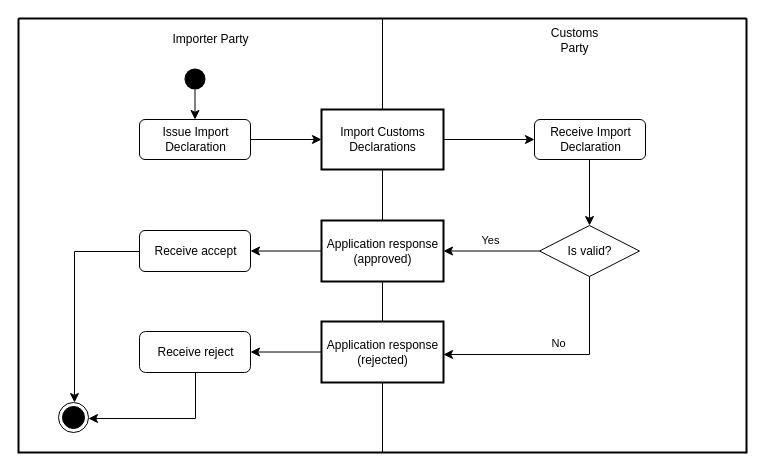
This is diagrams/UBL-2.3-ImportDeclarationProcess/UBL-2.3-ImportDeclarationProcess.drawio from kduvekot/ubl-work-on-svg-images, a draw.io file, before an edit. Source tidied: cells renumbered, new cells numbered last; positions are measured from the earlier drawing's top-left corner, leaving out a move shared by most shapes. Both pictures are drawn from the tidied source at 100%, with x=0, y=0 at pixel (18, 18).
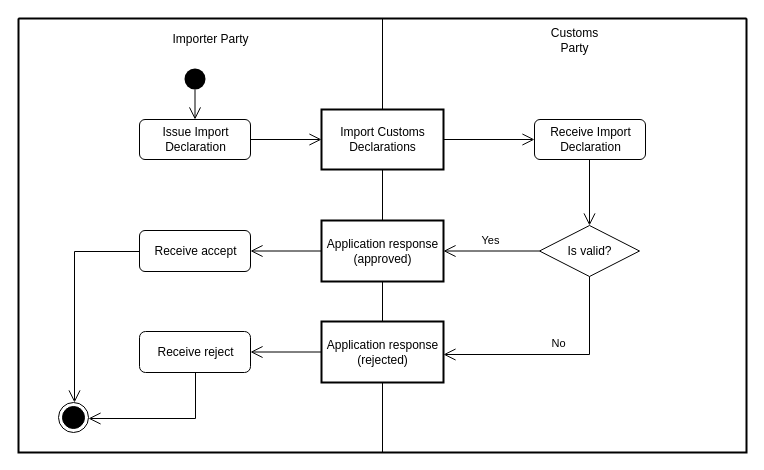
Above is the later version.

Unchanged cells that the change refers to:
```xml
<mxCell id="2" style="swimlane;html=1;startSize=0;whiteSpace=wrap;fillColor=none;strokeWidth=2;" parent="1" vertex="1">
  <mxGeometry width="728" height="434" as="geometry" />
</mxCell>
<mxCell id="3" value="Importer Party" style="swimlane;horizontal=1;startSize=41;swimlaneLine=0;html=1;fillColor=none;fontStyle=0;spacing=0;spacingLeft=20;" parent="2" vertex="1">
  <mxGeometry width="364" height="434" as="geometry" />
</mxCell>
<mxCell id="4" value="Customs&lt;br&gt;Party" style="swimlane;horizontal=1;startSize=43;swimlaneLine=0;html=1;fillColor=none;fontStyle=0;spacing=0;spacingLeft=20;" parent="2" vertex="1">
  <mxGeometry x="364" width="364" height="434" as="geometry" />
</mxCell>
<mxCell id="5" style="ellipse;shape=startState;fillColor=#000000;strokeColor=none;html=1;" parent="3" vertex="1">
  <mxGeometry x="162" y="46" width="29" height="29" as="geometry" />
</mxCell>
<mxCell id="6" value="Import Customs&lt;br&gt;Declarations" style="rounded=0;html=1;whiteSpace=nowrap;fontStyle=0;align=center;verticalAlign=middle;spacing=0;spacingRight=1;strokeWidth=2;" parent="4" vertex="1">
  <mxGeometry x="-61" y="91" width="122" height="60" as="geometry" />
</mxCell>
<mxCell id="7" value="Issue Import&lt;br&gt;Declaration" style="rounded=1;absoluteArcSize=1;arcSize=11;html=1;whiteSpace=nowrap;fontStyle=0;align=center;verticalAlign=middle;spacing=0;" parent="3" vertex="1">
  <mxGeometry x="121" y="101" width="111" height="40" as="geometry" />
</mxCell>
<mxCell id="8" value="Receive Import&lt;br&gt;Declaration" style="rounded=1;absoluteArcSize=1;arcSize=11;html=1;whiteSpace=nowrap;fontStyle=0;align=center;verticalAlign=middle;spacing=0;" parent="4" vertex="1">
  <mxGeometry x="152" y="101" width="111" height="40" as="geometry" />
</mxCell>
<mxCell id="9" value="Application response&lt;br&gt;(approved)" style="rounded=0;html=1;whiteSpace=nowrap;fontStyle=0;align=center;verticalAlign=middle;spacing=0;spacingRight=1;strokeWidth=2;" parent="4" vertex="1">
  <mxGeometry x="-61" y="202" width="122" height="61" as="geometry" />
</mxCell>
<mxCell id="10" value="Is valid?" style="rhombus;html=1;whiteSpace=nowrap;fontStyle=0;align=center;verticalAlign=middle;spacing=0;spacingRight=1;spacingTop=1;" parent="4" vertex="1">
  <mxGeometry x="157" y="207" width="100" height="51" as="geometry" />
</mxCell>
<mxCell id="11" value="Receive accept" style="rounded=1;absoluteArcSize=1;arcSize=11;html=1;whiteSpace=nowrap;fontStyle=0;align=center;verticalAlign=middle;spacing=0;" parent="3" vertex="1">
  <mxGeometry x="121" y="212" width="111" height="41" as="geometry" />
</mxCell>
<mxCell id="12" value="Application response&lt;br&gt;(rejected)" style="rounded=0;html=1;whiteSpace=nowrap;fontStyle=0;align=center;verticalAlign=middle;spacing=0;spacingRight=1;strokeWidth=2;" parent="4" vertex="1">
  <mxGeometry x="-61" y="303" width="122" height="61" as="geometry" />
</mxCell>
<mxCell id="13" value="Receive reject" style="rounded=1;absoluteArcSize=1;arcSize=12;html=1;whiteSpace=nowrap;fontStyle=0;align=center;verticalAlign=middle;spacing=0;" parent="3" vertex="1">
  <mxGeometry x="121" y="313" width="111" height="41" as="geometry" />
</mxCell>
<mxCell id="14" style="ellipse;shape=endState;fillColor=#000000;html=1;" parent="3" vertex="1">
  <mxGeometry x="40" y="384" width="30" height="30" as="geometry" />
</mxCell>
```

Change to the diagram source:
```diff
@@
-    <mxCell id="15" style="edgeStyle=none;rounded=0;html=1;endArrow=classic;endFill=1;endSize=7;exitPerimeter=0;entryX=0.5;entryY=0;entryPerimeter=0;exitX=0.5;exitY=0.8625;" parent="3" edge="1" source="5" target="7">
+    <mxCell id="15" style="edgeStyle=none;rounded=0;html=1;endArrow=open;endFill=0;endSize=10;exitPerimeter=0;entryX=0.5;entryY=0;entryPerimeter=0;exitX=0.5;exitY=0.8625;" parent="3" edge="1" source="5" target="7">
       <mxGeometry relative="1" as="geometry" />
     </mxCell>
-    <mxCell id="16" style="edgeStyle=none;rounded=0;html=1;endArrow=classic;endFill=1;endSize=7;exitX=1;exitY=0.5;exitPerimeter=0;entryX=0;entryY=0.5;entryPerimeter=0;" parent="2" edge="1" source="7" target="6">
+    <mxCell id="16" style="edgeStyle=none;rounded=0;html=1;endArrow=open;endFill=0;endSize=10;exitX=1;exitY=0.5;exitPerimeter=0;entryX=0;entryY=0.5;entryPerimeter=0;" parent="2" edge="1" source="7" target="6">
       <mxGeometry relative="1" as="geometry" />
     </mxCell>
-    <mxCell id="17" style="edgeStyle=none;rounded=0;html=1;endArrow=classic;endFill=1;endSize=7;exitX=1;exitY=0.5;exitPerimeter=0;entryX=0;entryY=0.5;entryPerimeter=0;" parent="4" edge="1" source="6" target="8">
+    <mxCell id="17" style="edgeStyle=none;rounded=0;html=1;endArrow=open;endFill=0;endSize=10;exitX=1;exitY=0.5;exitPerimeter=0;entryX=0;entryY=0.5;entryPerimeter=0;" parent="4" edge="1" source="6" target="8">
       <mxGeometry relative="1" as="geometry" />
     </mxCell>
-    <mxCell id="18" style="edgeStyle=none;rounded=0;html=1;endArrow=classic;endFill=1;endSize=7;exitPerimeter=0;entryX=0.5;entryY=0;entryPerimeter=0;exitX=0.495495;exitY=1;" parent="4" edge="1" source="8" target="10">
+    <mxCell id="18" style="edgeStyle=none;rounded=0;html=1;endArrow=open;endFill=0;endSize=10;exitPerimeter=0;entryX=0.5;entryY=0;entryPerimeter=0;exitX=0.495495;exitY=1;" parent="4" edge="1" source="8" target="10">
       <mxGeometry relative="1" as="geometry" />
     </mxCell>
-    <mxCell id="19" style="edgeStyle=none;rounded=0;html=1;endArrow=classic;endFill=1;endSize=7;exitX=0;exitY=0.5;exitPerimeter=0;entryX=1;entryY=0.5;entryPerimeter=0;" parent="2" edge="1" source="9" target="11">
+    <mxCell id="19" style="edgeStyle=none;rounded=0;html=1;endArrow=open;endFill=0;endSize=10;exitX=0;exitY=0.5;exitPerimeter=0;entryX=1;entryY=0.5;entryPerimeter=0;" parent="2" edge="1" source="9" target="11">
       <mxGeometry relative="1" as="geometry" />
     </mxCell>
-    <mxCell id="20" value="Yes" style="edgeStyle=none;rounded=0;html=1;endArrow=classic;endFill=1;endSize=7;exitX=0;exitY=0.5;exitPerimeter=0;entryX=1;entryY=0.5;entryPerimeter=0;fontStyle=0;align=center;verticalAlign=middle;labelBackgroundColor=none;" parent="4" edge="1" source="10" target="9">
+    <mxCell id="20" value="Yes" style="edgeStyle=none;rounded=0;html=1;endArrow=open;endFill=0;endSize=10;exitX=0;exitY=0.5;exitPerimeter=0;entryX=1;entryY=0.5;entryPerimeter=0;fontStyle=0;align=center;verticalAlign=middle;labelBackgroundColor=none;" parent="4" edge="1" source="10" target="9">
       <mxGeometry x="0.02" relative="1" as="geometry">
         <mxPoint y="-11" as="offset" />
       </mxGeometry>
     </mxCell>
-    <mxCell id="21" style="edgeStyle=orthogonalEdgeStyle;rounded=0;html=1;endArrow=classic;endFill=1;endSize=7;exitPerimeter=0;entryPerimeter=0;exitX=0;exitY=0.512195;entryX=0.533333;entryY=0;" parent="3" edge="1" source="11" target="14">
+    <mxCell id="21" style="edgeStyle=orthogonalEdgeStyle;rounded=0;html=1;endArrow=open;endFill=0;endSize=10;exitPerimeter=0;entryPerimeter=0;exitX=0;exitY=0.512195;entryX=0.533333;entryY=0;" parent="3" edge="1" source="11" target="14">
       <mxGeometry relative="1" as="geometry">
         <Array as="points">
           <mxPoint x="56" y="233" />
         </Array>
       </mxGeometry>
     </mxCell>
-    <mxCell id="22" value="No" style="edgeStyle=orthogonalEdgeStyle;rounded=0;html=1;endArrow=classic;endFill=1;endSize=7;exitPerimeter=0;entryPerimeter=0;fontStyle=0;align=center;verticalAlign=middle;labelBackgroundColor=none;exitX=0.5;exitY=1;entryX=1;entryY=0.540984;" parent="4" edge="1" source="10" target="12">
+    <mxCell id="22" value="No" style="edgeStyle=orthogonalEdgeStyle;rounded=0;html=1;endArrow=open;endFill=0;endSize=10;exitPerimeter=0;entryPerimeter=0;fontStyle=0;align=center;verticalAlign=middle;labelBackgroundColor=none;exitX=0.5;exitY=1;entryX=1;entryY=0.540984;" parent="4" edge="1" source="10" target="12">
       <mxGeometry x="-0.03" relative="1" as="geometry">
         <Array as="points">
           <mxPoint x="207" y="336" />
         </Array>
         <mxPoint y="-11" as="offset" />
       </mxGeometry>
     </mxCell>
-    <mxCell id="23" style="edgeStyle=none;rounded=0;html=1;endArrow=classic;endFill=1;endSize=7;exitX=0;exitY=0.5;exitPerimeter=0;entryX=1;entryY=0.5;entryPerimeter=0;" parent="2" edge="1" source="12" target="13">
+    <mxCell id="23" style="edgeStyle=none;rounded=0;html=1;endArrow=open;endFill=0;endSize=10;exitX=0;exitY=0.5;exitPerimeter=0;entryX=1;entryY=0.5;entryPerimeter=0;" parent="2" edge="1" source="12" target="13">
       <mxGeometry relative="1" as="geometry" />
     </mxCell>
-    <mxCell id="24" style="edgeStyle=orthogonalEdgeStyle;rounded=0;html=1;endArrow=classic;endFill=1;endSize=7;exitPerimeter=0;entryPerimeter=0;exitX=0.504505;exitY=1;entryX=1;entryY=0.533333;" parent="3" edge="1" source="13" target="14">
+    <mxCell id="24" style="edgeStyle=orthogonalEdgeStyle;rounded=0;html=1;endArrow=open;endFill=0;endSize=10;exitPerimeter=0;entryPerimeter=0;exitX=0.504505;exitY=1;entryX=1;entryY=0.533333;" parent="3" edge="1" source="13" target="14">
       <mxGeometry relative="1" as="geometry">
         <Array as="points">
           <mxPoint x="177" y="400" />
         </Array>
       </mxGeometry>
     </mxCell>
```
